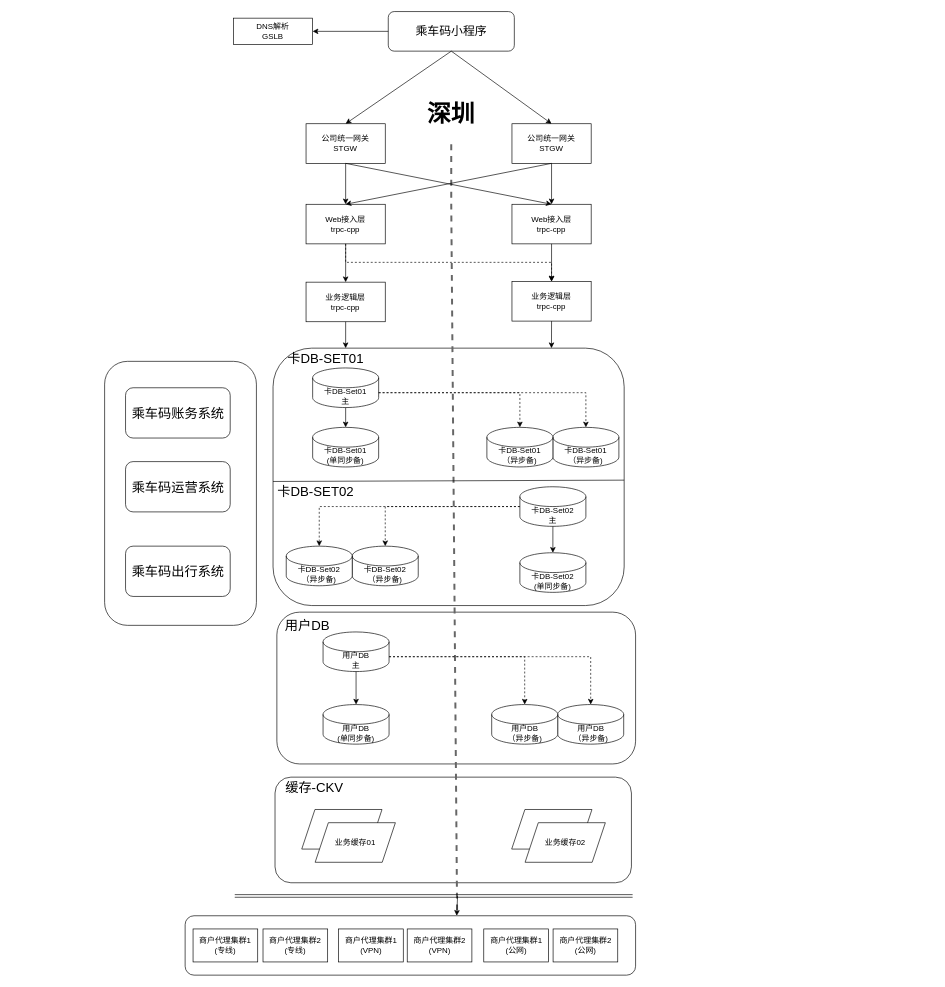
Before: page "部署图(同城双活)" (4 of 7) of drawio/ccm.drawio in Tiny-VS-Lina/study, a draw.io diagram. Source tidied: cells renumbered, new cells numbered last; positions are measured from the earlier drawing's top-left corner, leaving out a move shared by most shapes. Both pictures are drawn from the tidied source at 66%, with x=0, y=0 at pixel (104, 11).
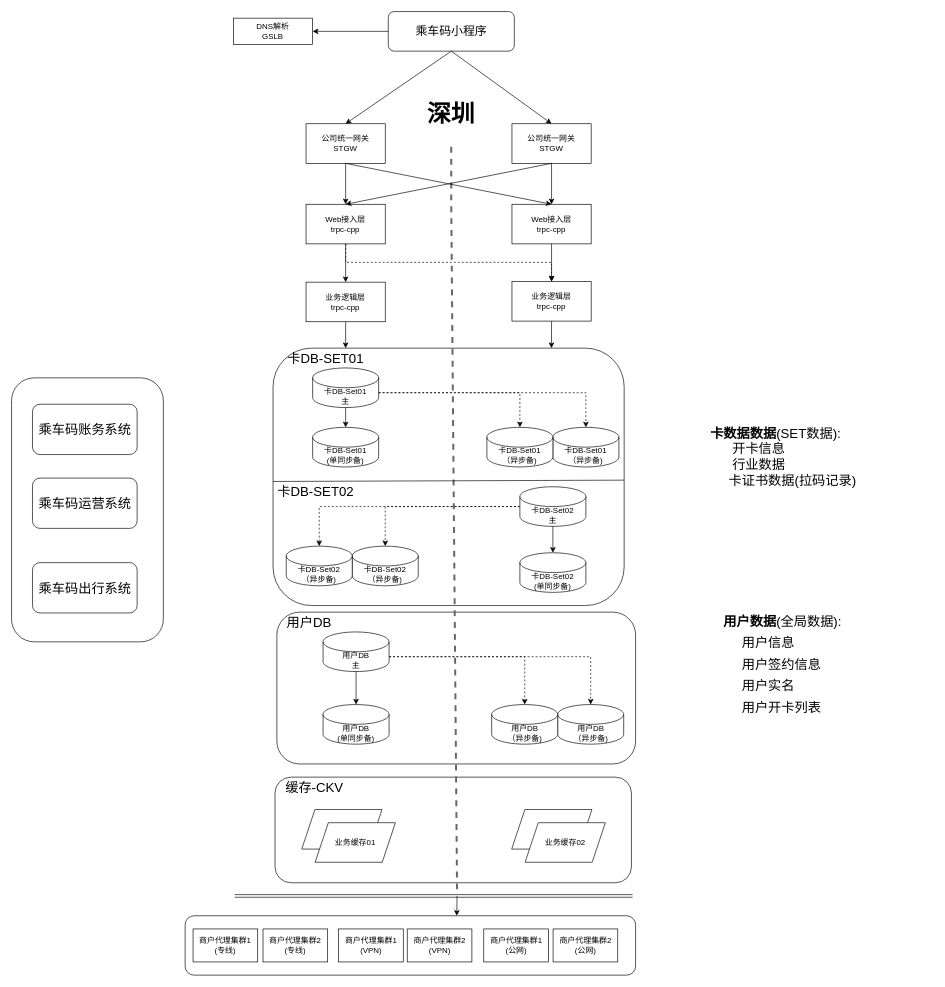
After the change.

The change refers to these unchanged cells:
```xml
<mxCell id="66" style="rounded=1;whiteSpace=wrap;html=1;fontSize=12;" parent="65" vertex="1">
  <mxGeometry width="682.5" height="90" as="geometry" />
</mxCell>
```

Change to the diagram source:
```diff
@@
     <mxCell id="12" style="group;" parent="1" vertex="1">
-      <mxGeometry y="530" width="230" height="400" as="geometry" />
+      <mxGeometry x="-141" y="555" width="230" height="400" as="geometry" />
     </mxCell>
@@
     <mxCell id="24" style="endArrow=none;html=1;rounded=0;dashed=1;strokeWidth=3;strokeColor=#666666;" parent="1" edge="1">
       <mxGeometry relative="1" as="geometry">
-        <mxPoint x="534.2" y="1380" as="sourcePoint" />
+        <mxPoint x="534" y="1330" as="sourcePoint" />
         <mxPoint x="525.2" y="200" as="targetPoint" />
         <Array as="points">
           <mxPoint x="525.2" y="290.8" />
         </Array>
       </mxGeometry>
     </mxCell>
@@
     <mxCell id="36" style="endArrow=classic;html=1;rounded=0;strokeWidth=1;fontSize=12;entryX=0.603;entryY=0.001;entryDx=0;entryDy=0;entryPerimeter=0;" parent="1" edge="1" target="66">
       <mxGeometry relative="1" as="geometry">
-        <mxPoint x="534.8" y="1340" as="sourcePoint" />
+        <mxPoint x="534" y="1340" as="sourcePoint" />
       </mxGeometry>
     </mxCell>
@@
     <mxCell id="64" value="用户DB" style="text;html=1;strokeColor=none;fillColor=none;align=center;verticalAlign=middle;whiteSpace=wrap;rounded=0;fontSize=20;" parent="1" vertex="1">
-      <mxGeometry x="261" y="915" width="93" height="30" as="geometry" />
+      <mxGeometry x="261" y="910" width="98" height="30" as="geometry" />
     </mxCell>
@@
+    <mxCell id="73" value="&lt;font style=&quot;font-size: 20px;&quot;&gt;&lt;b&gt;用户数据&lt;/b&gt;(全局数据):&lt;br style=&quot;&quot;&gt;&amp;nbsp; &amp;nbsp; &lt;b style=&quot;&quot;&gt;&amp;nbsp;&lt;/b&gt;&lt;span style=&quot;&quot;&gt;用户信息&lt;br&gt;&lt;/span&gt;&amp;nbsp; &amp;nbsp; &amp;nbsp;用户签约信息&lt;br&gt;&amp;nbsp; &amp;nbsp; &amp;nbsp;用户实名&lt;br&gt;&amp;nbsp; &amp;nbsp; &amp;nbsp;用户开卡列表&lt;br style=&quot;font-size: 27px;&quot;&gt;&lt;/font&gt;" style="text;html=1;strokeColor=none;fillColor=none;align=left;verticalAlign=top;whiteSpace=wrap;rounded=0;fontSize=27;spacingTop=0;spacing=2;spacingBottom=10;" parent="1" vertex="1">
+      <mxGeometry x="936" y="900" width="300" height="190" as="geometry" />
+    </mxCell>
+    <mxCell id="74" value="&lt;font style=&quot;font-size: 20px;&quot;&gt;&lt;span style=&quot;font-size: 20px;&quot;&gt;&lt;b style=&quot;font-size: 20px;&quot;&gt;卡数据数据&lt;/b&gt;&lt;span style=&quot;font-size: 20px;&quot;&gt;(SET数据)&lt;/span&gt;:&lt;/span&gt;&lt;br style=&quot;font-size: 20px;&quot;&gt;&lt;span style=&quot;font-size: 20px;&quot;&gt;&amp;nbsp; &amp;nbsp; &lt;b style=&quot;font-size: 20px;&quot;&gt;&amp;nbsp;&amp;nbsp;&lt;/b&gt;&lt;span style=&quot;font-size: 20px;&quot;&gt;开卡&lt;/span&gt;&lt;span style=&quot;font-size: 20px;&quot;&gt;信息&lt;br style=&quot;font-size: 20px;&quot;&gt;&lt;/span&gt;&lt;/span&gt;&amp;nbsp; &amp;nbsp; &amp;nbsp; 行业数据&lt;br style=&quot;font-size: 20px;&quot;&gt;&amp;nbsp; &amp;nbsp; &amp;nbsp;卡证书数据(拉码记录)&lt;br style=&quot;font-size: 20px;&quot;&gt;&lt;/font&gt;" style="text;html=1;strokeColor=none;fillColor=none;align=left;verticalAlign=top;whiteSpace=wrap;rounded=0;fontSize=20;spacingTop=0;spacing=2;spacingBottom=10;" parent="1" vertex="1">
+      <mxGeometry x="916" y="620" width="340" height="170" as="geometry" />
+    </mxCell>
```
